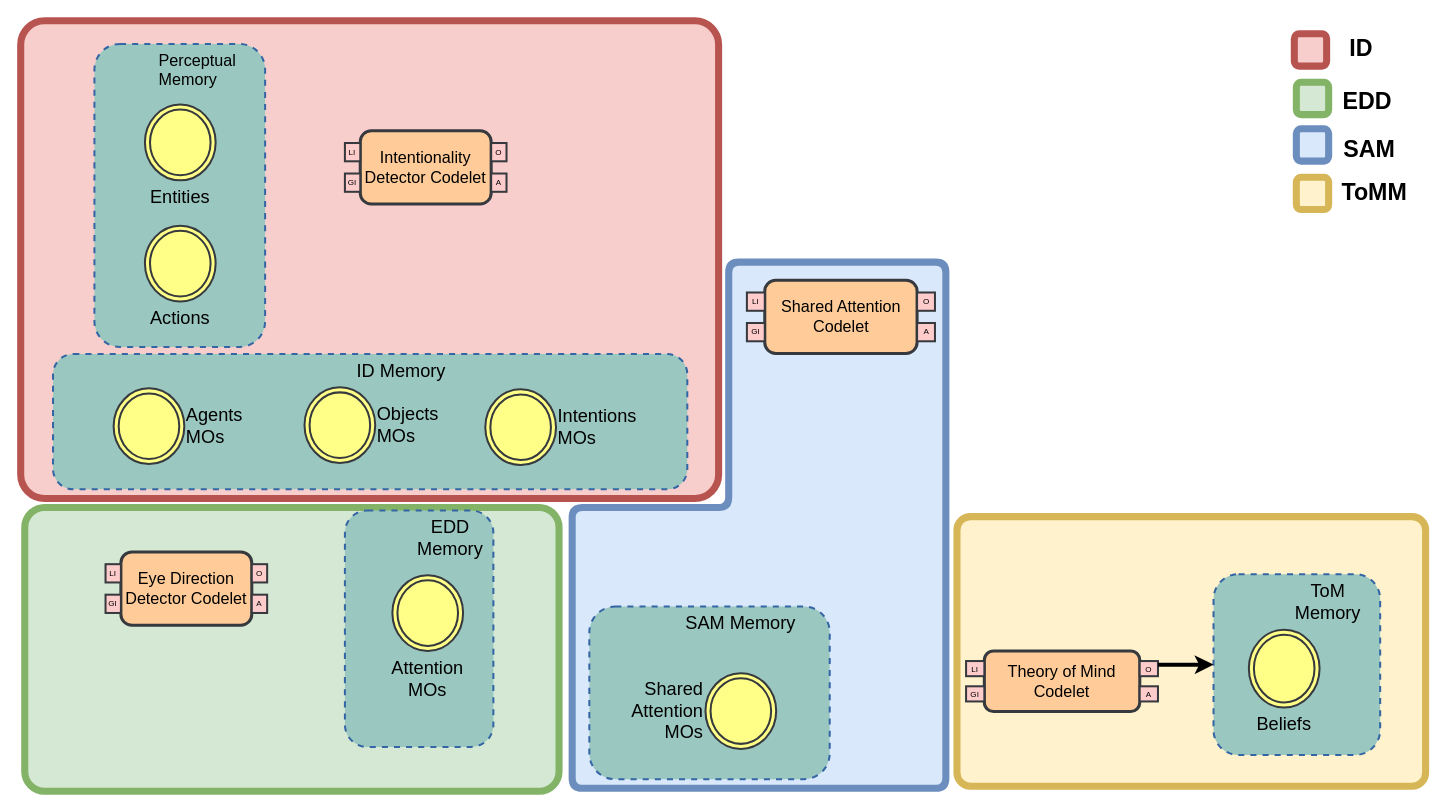
Earlier version of the draw.io diagram page "Architecture vs Model" (2 of 3) of arch/CogToM Cognitive Architecture.drawio (AI-Unicamp/CogTom-cst). Source tidied: cells renumbered, new cells numbered last; positions are measured from the earlier drawing's top-left corner, leaving out a move shared by most shapes. Both pictures are drawn from the tidied source at 101%, with x=0, y=0 at pixel (20, 20).
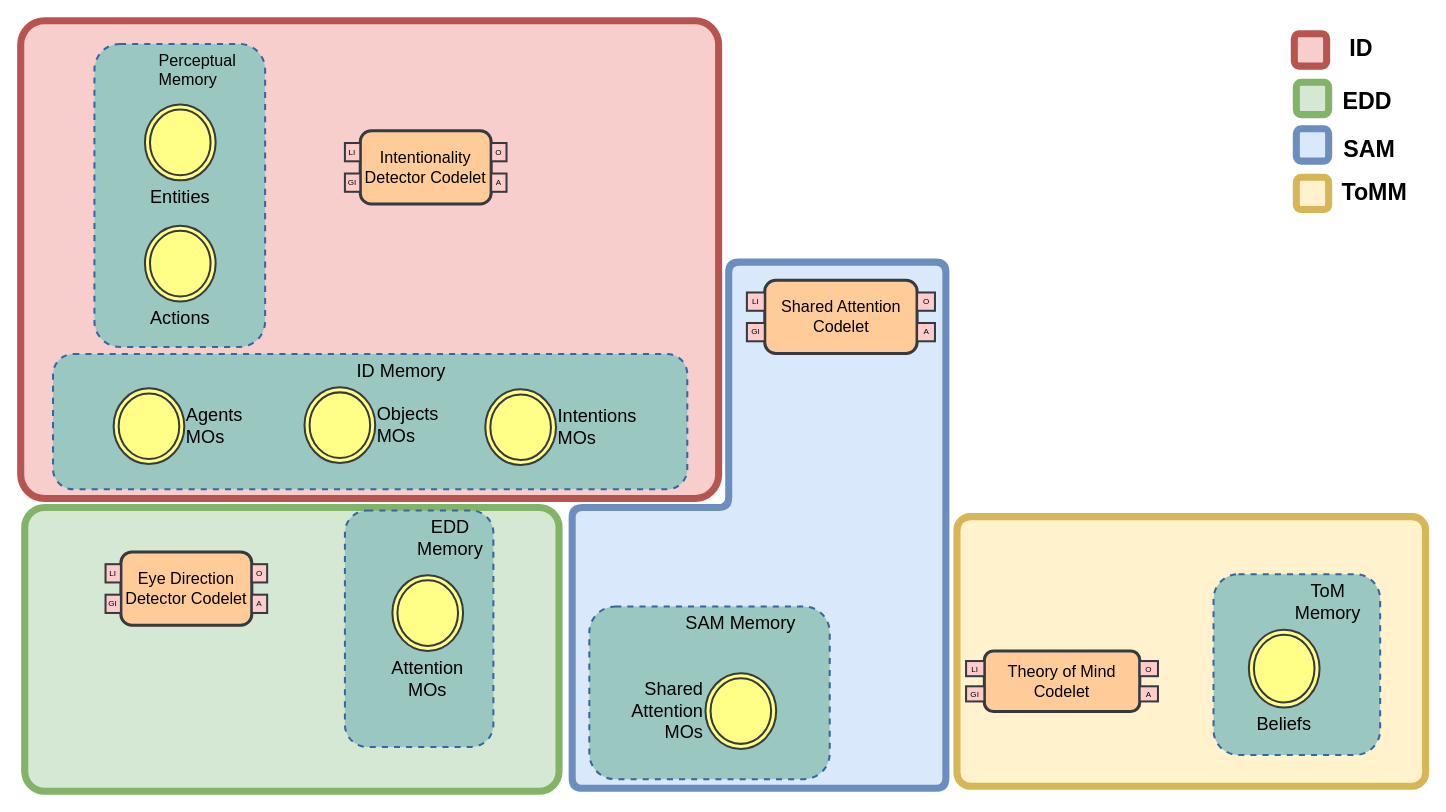
After the change.

The change refers to these unchanged cells:
```xml
<mxCell id="22" value="&lt;font style=&quot;font-size: 8px;&quot;&gt;O&lt;/font&gt;" style="whiteSpace=wrap;html=1;strokeWidth=2;fillColor=#ffcccc;strokeColor=#36393d;fontSize=8;" parent="20" vertex="1">
  <mxGeometry x="171.9" y="10" width="18.1" height="15" as="geometry" />
</mxCell>
<mxCell id="28" value="&lt;font style=&quot;font-size: 18px&quot;&gt;ToM Memory&lt;/font&gt;" style="rounded=1;whiteSpace=wrap;html=1;strokeWidth=2;dashed=1;strokeColor=#3465A4;verticalAlign=top;align=center;spacingLeft=62;fontFamily=Hack;fontSize=10;fillColor=#9AC7BF;" parent="1" vertex="1">
  <mxGeometry x="1181" y="548" width="165" height="179" as="geometry" />
</mxCell>
```

Diff of the diagram source:
```diff
@@
-    <mxCell id="35" style="edgeStyle=elbowEdgeStyle;elbow=horizontal;endArrow=classic;html=1;strokeWidth=4;entryX=0;entryY=0.5;entryDx=0;entryDy=0;exitX=1;exitY=0.25;exitDx=0;exitDy=0;" parent="1" edge="1" source="22" target="28">
-      <mxGeometry relative="1" as="geometry" />
-    </mxCell>
```
